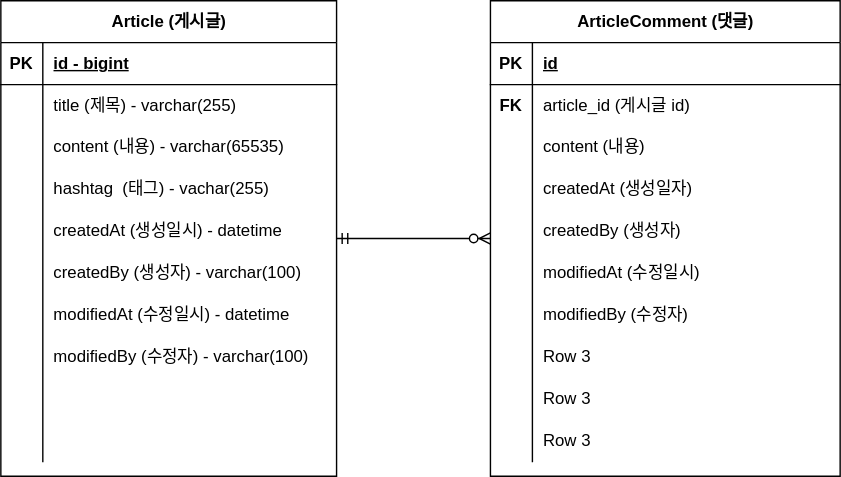
Before: board-project.drawio.svg, a diagram exported from draw.io (JionisGenius/wanted-pre-onboarding-backend). Source tidied: cells renumbered, new cells last; positions are measured from the earlier drawing's top-left corner, leaving out a move shared by most shapes.
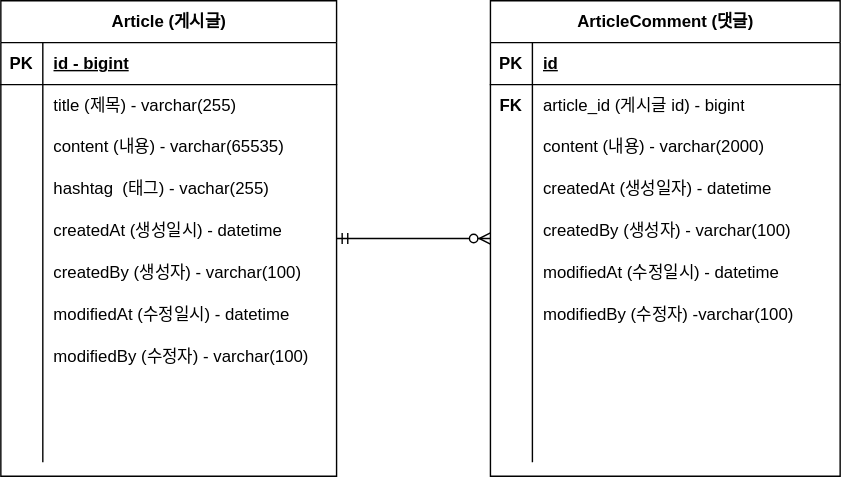
Later version of the same file.

The edit, as a diff of the source:
```diff
@@ -113,7 +113,7 @@
     <mxCell id="38" value="&lt;b&gt;FK&lt;br&gt;&lt;/b&gt;" style="shape=partialRectangle;fillColor=none;top=0;left=0;bottom=0;right=0;overflow=hidden;whiteSpace=wrap;html=1;" parent="37" vertex="1">
       <mxGeometry width="30" height="30" as="geometry" />
     </mxCell>
-    <mxCell id="39" value="article_id (게시글 id)" style="shape=partialRectangle;fillColor=none;top=0;left=0;bottom=0;right=0;align=left;spacingLeft=6;overflow=hidden;whiteSpace=wrap;html=1;" parent="37" vertex="1">
+    <mxCell id="39" value="article_id (게시글 id) - bigint" style="shape=partialRectangle;fillColor=none;top=0;left=0;bottom=0;right=0;align=left;spacingLeft=6;overflow=hidden;whiteSpace=wrap;html=1;" parent="37" vertex="1">
       <mxGeometry x="30" width="220" height="30" as="geometry" />
     </mxCell>
     <mxCell id="40" style="shape=tableRow;horizontal=0;startSize=0;swimlaneHead=0;swimlaneBody=0;fillColor=none;top=0;left=0;right=0;bottom=0;" parent="33" vertex="1">
@@ -122,7 +122,7 @@
     <mxCell id="41" style="shape=partialRectangle;fillColor=none;top=0;left=0;bottom=0;right=0;overflow=hidden;whiteSpace=wrap;html=1;" parent="40" vertex="1">
       <mxGeometry width="30" height="30" as="geometry" />
     </mxCell>
-    <mxCell id="42" value="content (내용)" style="shape=partialRectangle;fillColor=none;top=0;left=0;bottom=0;right=0;align=left;spacingLeft=6;overflow=hidden;whiteSpace=wrap;html=1;" parent="40" vertex="1">
+    <mxCell id="42" value="content (내용) - varchar(2000)" style="shape=partialRectangle;fillColor=none;top=0;left=0;bottom=0;right=0;align=left;spacingLeft=6;overflow=hidden;whiteSpace=wrap;html=1;" parent="40" vertex="1">
       <mxGeometry x="30" width="220" height="30" as="geometry" />
     </mxCell>
     <mxCell id="43" style="shape=tableRow;horizontal=0;startSize=0;swimlaneHead=0;swimlaneBody=0;fillColor=none;top=0;left=0;right=0;bottom=0;" parent="33" vertex="1">
@@ -131,7 +131,7 @@
     <mxCell id="44" style="shape=partialRectangle;fillColor=none;top=0;left=0;bottom=0;right=0;overflow=hidden;whiteSpace=wrap;html=1;" parent="43" vertex="1">
       <mxGeometry width="30" height="30" as="geometry" />
     </mxCell>
-    <mxCell id="45" value="createdAt (생성일자)" style="shape=partialRectangle;fillColor=none;top=0;left=0;bottom=0;right=0;align=left;spacingLeft=6;overflow=hidden;whiteSpace=wrap;html=1;" parent="43" vertex="1">
+    <mxCell id="45" value="createdAt (생성일자) - datetime" style="shape=partialRectangle;fillColor=none;top=0;left=0;bottom=0;right=0;align=left;spacingLeft=6;overflow=hidden;whiteSpace=wrap;html=1;" parent="43" vertex="1">
       <mxGeometry x="30" width="220" height="30" as="geometry" />
     </mxCell>
     <mxCell id="46" style="shape=tableRow;horizontal=0;startSize=0;swimlaneHead=0;swimlaneBody=0;fillColor=none;top=0;left=0;right=0;bottom=0;" parent="33" vertex="1">
@@ -140,7 +140,7 @@
     <mxCell id="47" style="shape=partialRectangle;fillColor=none;top=0;left=0;bottom=0;right=0;overflow=hidden;whiteSpace=wrap;html=1;" parent="46" vertex="1">
       <mxGeometry width="30" height="30" as="geometry" />
     </mxCell>
-    <mxCell id="48" value="createdBy (생성자)" style="shape=partialRectangle;fillColor=none;top=0;left=0;bottom=0;right=0;align=left;spacingLeft=6;overflow=hidden;whiteSpace=wrap;html=1;" parent="46" vertex="1">
+    <mxCell id="48" value="createdBy (생성자) - varchar(100)" style="shape=partialRectangle;fillColor=none;top=0;left=0;bottom=0;right=0;align=left;spacingLeft=6;overflow=hidden;whiteSpace=wrap;html=1;" parent="46" vertex="1">
       <mxGeometry x="30" width="220" height="30" as="geometry" />
     </mxCell>
     <mxCell id="49" style="shape=tableRow;horizontal=0;startSize=0;swimlaneHead=0;swimlaneBody=0;fillColor=none;top=0;left=0;right=0;bottom=0;" parent="33" vertex="1">
@@ -149,7 +149,7 @@
     <mxCell id="50" style="shape=partialRectangle;fillColor=none;top=0;left=0;bottom=0;right=0;overflow=hidden;whiteSpace=wrap;html=1;" parent="49" vertex="1">
       <mxGeometry width="30" height="30" as="geometry" />
     </mxCell>
-    <mxCell id="51" value="modifiedAt (수정일시)" style="shape=partialRectangle;fillColor=none;top=0;left=0;bottom=0;right=0;align=left;spacingLeft=6;overflow=hidden;whiteSpace=wrap;html=1;" parent="49" vertex="1">
+    <mxCell id="51" value="modifiedAt (수정일시) - datetime" style="shape=partialRectangle;fillColor=none;top=0;left=0;bottom=0;right=0;align=left;spacingLeft=6;overflow=hidden;whiteSpace=wrap;html=1;" parent="49" vertex="1">
       <mxGeometry x="30" width="220" height="30" as="geometry" />
     </mxCell>
     <mxCell id="52" style="shape=tableRow;horizontal=0;startSize=0;swimlaneHead=0;swimlaneBody=0;fillColor=none;top=0;left=0;right=0;bottom=0;" parent="33" vertex="1">
@@ -158,7 +158,7 @@
     <mxCell id="53" style="shape=partialRectangle;fillColor=none;top=0;left=0;bottom=0;right=0;overflow=hidden;whiteSpace=wrap;html=1;" parent="52" vertex="1">
       <mxGeometry width="30" height="30" as="geometry" />
     </mxCell>
-    <mxCell id="54" value="modifiedBy (수정자)" style="shape=partialRectangle;fillColor=none;top=0;left=0;bottom=0;right=0;align=left;spacingLeft=6;overflow=hidden;whiteSpace=wrap;html=1;" parent="52" vertex="1">
+    <mxCell id="54" value="modifiedBy (수정자) -varchar(100)" style="shape=partialRectangle;fillColor=none;top=0;left=0;bottom=0;right=0;align=left;spacingLeft=6;overflow=hidden;whiteSpace=wrap;html=1;" parent="52" vertex="1">
       <mxGeometry x="30" width="220" height="30" as="geometry" />
     </mxCell>
     <mxCell id="55" style="shape=tableRow;horizontal=0;startSize=0;swimlaneHead=0;swimlaneBody=0;fillColor=none;top=0;left=0;right=0;bottom=0;" parent="33" vertex="1">
@@ -167,7 +167,7 @@
     <mxCell id="56" style="shape=partialRectangle;fillColor=none;top=0;left=0;bottom=0;right=0;overflow=hidden;whiteSpace=wrap;html=1;" parent="55" vertex="1">
       <mxGeometry width="30" height="30" as="geometry" />
     </mxCell>
-    <mxCell id="57" value="Row 3" style="shape=partialRectangle;fillColor=none;top=0;left=0;bottom=0;right=0;align=left;spacingLeft=6;overflow=hidden;whiteSpace=wrap;html=1;" parent="55" vertex="1">
+    <mxCell id="57" style="shape=partialRectangle;fillColor=none;top=0;left=0;bottom=0;right=0;align=left;spacingLeft=6;overflow=hidden;whiteSpace=wrap;html=1;" parent="55" vertex="1">
       <mxGeometry x="30" width="220" height="30" as="geometry" />
     </mxCell>
     <mxCell id="58" style="shape=tableRow;horizontal=0;startSize=0;swimlaneHead=0;swimlaneBody=0;fillColor=none;top=0;left=0;right=0;bottom=0;" parent="33" vertex="1">
@@ -176,7 +176,7 @@
     <mxCell id="59" style="shape=partialRectangle;fillColor=none;top=0;left=0;bottom=0;right=0;overflow=hidden;whiteSpace=wrap;html=1;" parent="58" vertex="1">
       <mxGeometry width="30" height="30" as="geometry" />
     </mxCell>
-    <mxCell id="60" value="Row 3" style="shape=partialRectangle;fillColor=none;top=0;left=0;bottom=0;right=0;align=left;spacingLeft=6;overflow=hidden;whiteSpace=wrap;html=1;" parent="58" vertex="1">
+    <mxCell id="60" style="shape=partialRectangle;fillColor=none;top=0;left=0;bottom=0;right=0;align=left;spacingLeft=6;overflow=hidden;whiteSpace=wrap;html=1;" parent="58" vertex="1">
       <mxGeometry x="30" width="220" height="30" as="geometry" />
     </mxCell>
     <mxCell id="61" style="shape=tableRow;horizontal=0;startSize=0;swimlaneHead=0;swimlaneBody=0;fillColor=none;top=0;left=0;right=0;bottom=0;" parent="33" vertex="1">
@@ -185,7 +185,7 @@
     <mxCell id="62" style="shape=partialRectangle;fillColor=none;top=0;left=0;bottom=0;right=0;overflow=hidden;whiteSpace=wrap;html=1;" parent="61" vertex="1">
       <mxGeometry width="30" height="30" as="geometry" />
     </mxCell>
-    <mxCell id="63" value="Row 3" style="shape=partialRectangle;fillColor=none;top=0;left=0;bottom=0;right=0;align=left;spacingLeft=6;overflow=hidden;whiteSpace=wrap;html=1;" parent="61" vertex="1">
+    <mxCell id="63" style="shape=partialRectangle;fillColor=none;top=0;left=0;bottom=0;right=0;align=left;spacingLeft=6;overflow=hidden;whiteSpace=wrap;html=1;" parent="61" vertex="1">
       <mxGeometry x="30" width="220" height="30" as="geometry" />
     </mxCell>
     <mxCell id="64" style="edgeStyle=entityRelationEdgeStyle;fontSize=12;html=1;endArrow=ERzeroToMany;startArrow=ERmandOne;rounded=0;exitX=1;exitY=0.5;exitDx=0;exitDy=0;entryX=0;entryY=0.5;entryDx=0;entryDy=0;" parent="1" edge="1" source="2" target="33">
```
